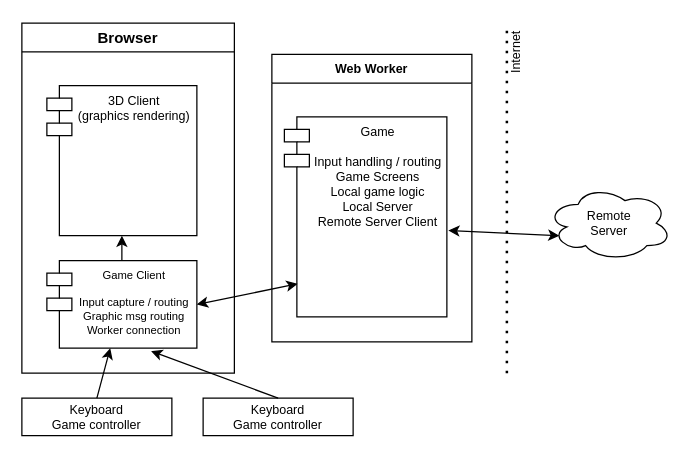
Earlier version of the draw.io diagram draw.io/StreetsGame.drawio (dimensionalpocket/docs). Source tidied: cells renumbered, new cells numbered last; positions are measured from the earlier drawing's top-left corner, leaving out a move shared by most shapes. Both pictures are drawn from the tidied source at 125%, with x=0, y=0 at pixel (21, 22).
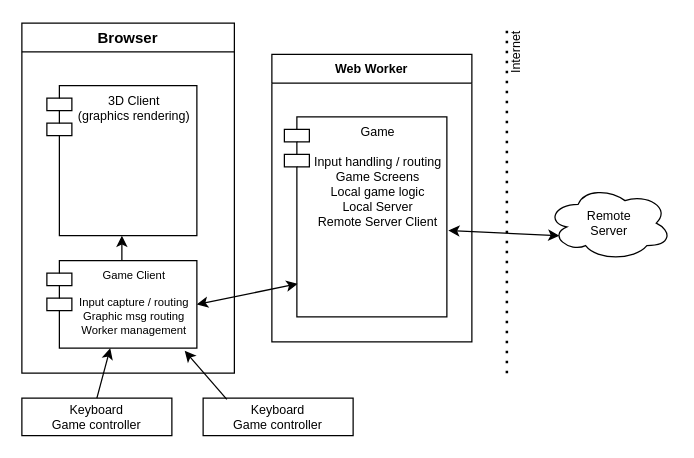
After the change.

What changed in the source:
```diff
@@
 <mxGraphModel>
   <root>
     <mxCell id="0" />
     <mxCell id="1" parent="0" />
     <mxCell id="2" value="Browser" style="swimlane;" parent="1" vertex="1">
       <mxGeometry width="170" height="280" as="geometry" />
     </mxCell>
-    <mxCell id="3" value="Game Client&#10;&#10;Input capture / routing&#10;Graphic msg routing&#10;Worker connection" style="shape=module;align=left;spacingLeft=20;align=center;verticalAlign=top;fontSize=9;" parent="2" vertex="1">
+    <mxCell id="3" value="Game Client&#10;&#10;Input capture / routing&#10;Graphic msg routing&#10;Worker management" style="shape=module;align=left;spacingLeft=20;align=center;verticalAlign=top;fontSize=9;" parent="2" vertex="1">
       <mxGeometry x="20" y="190" width="120" height="70" as="geometry" />
     </mxCell>
     <mxCell id="4" value="3D Client&#10;(graphics rendering)" style="shape=module;align=left;spacingLeft=20;align=center;verticalAlign=top;fontSize=10;fontStyle=0;" parent="2" vertex="1">
       <mxGeometry x="20" y="50" width="120" height="120" as="geometry" />
     </mxCell>
     <mxCell id="5" style="endArrow=classic;html=1;rounded=0;" parent="2" edge="1" target="4">
       <mxGeometry relative="1" as="geometry">
         <mxPoint x="80" y="190" as="sourcePoint" />
       </mxGeometry>
     </mxCell>
     <mxCell id="6" value="Web Worker" style="swimlane;fontSize=10;" parent="1" vertex="1">
       <mxGeometry x="200" y="25" width="160" height="230" as="geometry" />
     </mxCell>
     <mxCell id="7" value="Game&#10;&#10;Input handling / routing&#10;Game Screens&#10;Local game logic&#10;Local Server&#10;Remote Server Client" style="shape=module;align=left;spacingLeft=20;align=center;verticalAlign=top;fontSize=10;" parent="6" vertex="1">
       <mxGeometry x="10" y="50" width="130" height="160" as="geometry" />
     </mxCell>
     <mxCell id="8" style="endArrow=classic;startArrow=classic;html=1;rounded=0;fontSize=10;entryX=1;entryY=0.5;entryDx=0;entryDy=0;exitX=0.081;exitY=0.835;exitDx=0;exitDy=0;exitPerimeter=0;" parent="1" edge="1" source="7" target="3">
       <mxGeometry relative="1" as="geometry" />
     </mxCell>
     <mxCell id="9" style="endArrow=none;dashed=1;html=1;dashPattern=1 3;strokeWidth=2;rounded=0;fontSize=10;" parent="1" edge="1">
       <mxGeometry relative="1" as="geometry">
         <mxPoint x="388" y="280" as="sourcePoint" />
         <mxPoint x="388" as="targetPoint" />
       </mxGeometry>
     </mxCell>
     <mxCell id="10" value="Remote&lt;br&gt;Server" style="ellipse;shape=cloud;whiteSpace=wrap;html=1;align=center;fontSize=10;" parent="1" vertex="1">
       <mxGeometry x="420" y="130" width="100" height="60" as="geometry" />
     </mxCell>
     <mxCell id="11" style="endArrow=classic;startArrow=classic;html=1;rounded=0;fontSize=10;entryX=0.1;entryY=0.667;entryDx=0;entryDy=0;entryPerimeter=0;exitX=1.009;exitY=0.568;exitDx=0;exitDy=0;exitPerimeter=0;" parent="1" edge="1" source="7" target="10">
       <mxGeometry relative="1" as="geometry" />
     </mxCell>
     <mxCell id="12" value="Internet" style="text;html=1;align=center;verticalAlign=middle;strokeColor=none;fillColor=none;fontSize=10;rotation=-90;" parent="1" vertex="1">
       <mxGeometry x="370" y="14" width="50" height="20" as="geometry" />
     </mxCell>
     <mxCell id="13" value="Keyboard&lt;br&gt;Game controller" style="rounded=0;whiteSpace=wrap;html=1;fontSize=10;" parent="1" vertex="1">
       <mxGeometry y="300" width="120" height="30" as="geometry" />
     </mxCell>
     <mxCell id="14" style="endArrow=classic;html=1;rounded=0;fontSize=10;exitX=0.5;exitY=0;exitDx=0;exitDy=0;" parent="1" edge="1" source="13" target="3">
       <mxGeometry relative="1" as="geometry" />
     </mxCell>
     <mxCell id="15" value="Keyboard&lt;br&gt;Game controller" style="rounded=0;whiteSpace=wrap;html=1;fontSize=10;" parent="1" vertex="1">
       <mxGeometry x="145" y="300" width="120" height="30" as="geometry" />
     </mxCell>
-    <mxCell id="16" style="endArrow=classic;html=1;rounded=0;fontSize=9;exitX=0.5;exitY=0;exitDx=0;exitDy=0;entryX=0.695;entryY=1.035;entryDx=0;entryDy=0;entryPerimeter=0;" parent="1" edge="1" source="15" target="3">
+    <mxCell id="16" style="endArrow=classic;html=1;rounded=0;fontSize=9;exitX=0.158;exitY=0.033;exitDx=0;exitDy=0;entryX=0.919;entryY=1.031;entryDx=0;entryDy=0;entryPerimeter=0;exitPerimeter=0;" parent="1" edge="1" source="15" target="3">
       <mxGeometry relative="1" as="geometry" />
     </mxCell>
   </root>
 </mxGraphModel>
```
